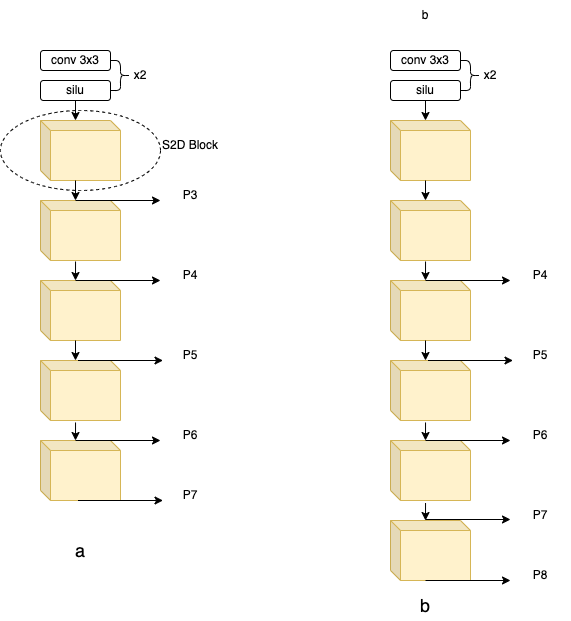
Earlier version of the draw.io export s2d backbone.png (johnran103/diagrams). Source tidied: cells renumbered, new cells last; positions are measured from the earlier drawing's top-left corner, leaving out a move shared by most shapes.
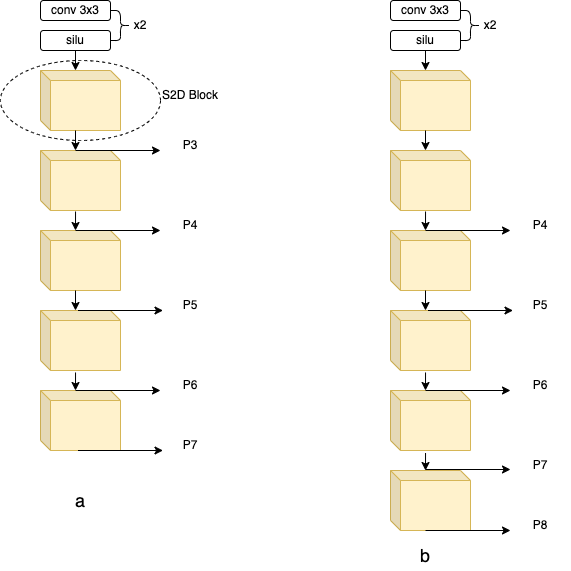
The same file after the commit.

Diff of the diagram source:
```diff
@@ -147,9 +147,6 @@
     <mxCell id="42" style="endArrow=classic;html=1;rounded=0;exitX=0.438;exitY=1.033;exitDx=0;exitDy=0;exitPerimeter=0;entryX=0;entryY=0;entryDx=35;entryDy=0;entryPerimeter=0;" parent="1" edge="1" source="36" target="37">
       <mxGeometry relative="1" as="geometry" />
     </mxCell>
-    <mxCell id="43" value="b" style="text;html=1;strokeColor=none;fillColor=none;align=center;verticalAlign=middle;whiteSpace=wrap;rounded=0;" parent="1" vertex="1">
-      <mxGeometry x="395" width="60" height="30" as="geometry" />
-    </mxCell>
     <mxCell id="44" style="endArrow=classic;html=1;rounded=0;exitX=0;exitY=0;exitDx=35;exitDy=0;exitPerimeter=0;" parent="1" edge="1">
       <mxGeometry relative="1" as="geometry">
         <mxPoint x="425" y="280" as="sourcePoint" />
```
